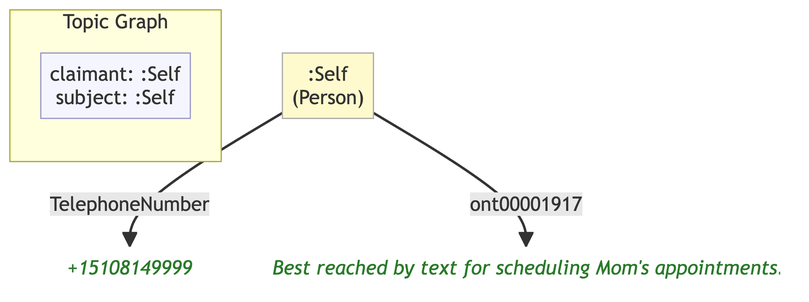
Above: example/graphs/images/graph-30.png in MeeFoundation/mia-ontologies (Mermaid), before the change. Its source is kept beside it as example/graphs/images/graph-30.mmd. Its diagram source:
```mermaid
flowchart TD
    classDef person fill:#fffacd,stroke:#aaa,color:#333
    classDef grp    fill:#d4edda,stroke:#aaa,color:#333
    classDef org    fill:#cce5ff,stroke:#aaa,color:#333
    classDef lit    fill:none,stroke:none,font-style:italic,color:#2a7a2a
    classDef meta   fill:#f5f5ff,stroke:#9999cc,color:#333

    subgraph ctx["Topic Graph"]
        direction LR
        ctx_meta["claimant: :Self\nsubject: :Self"]:::meta
    end

    ne0c3ba92f1db[":Self\n(Person)"]:::person
    n646bab2a6b25("+15108149999"):::lit
    n562fe752e71e("Best reached by text for scheduling Mom's appointments."):::lit

    ne0c3ba92f1db -->|"TelephoneNumber"| n646bab2a6b25
    ne0c3ba92f1db -->|"ont00001917"| n562fe752e71e
```
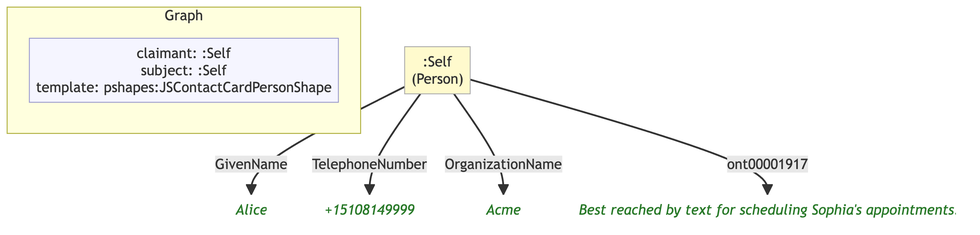
After the change.

The edit, as a diff of the source:
```diff
@@ -1,18 +1,21 @@
 flowchart TD
     classDef person fill:#fffacd,stroke:#aaa,color:#333
-    classDef grp    fill:#d4edda,stroke:#aaa,color:#333
     classDef org    fill:#cce5ff,stroke:#aaa,color:#333
     classDef lit    fill:none,stroke:none,font-style:italic,color:#2a7a2a
     classDef meta   fill:#f5f5ff,stroke:#9999cc,color:#333
 
-    subgraph ctx["Topic Graph"]
+    subgraph ctx["Graph"]
         direction LR
-        ctx_meta["claimant: :Self\nsubject: :Self"]:::meta
+        ctx_meta["claimant: :Self\nsubject: :Self\ntemplate: pshapes:JSContactCardPersonShape"]:::meta
     end
 
     ne0c3ba92f1db[":Self\n(Person)"]:::person
-    n646bab2a6b25("+15108149999"):::lit
-    n562fe752e71e("Best reached by text for scheduling Mom's appointments."):::lit
+    n44833b906db3("Alice"):::lit
+    nb39f5c12ed1d("+15108149999"):::lit
+    n8e2be5f40254("Acme"):::lit
+    n25177ec8fc7e("Best reached by text for scheduling Sophia's appointments."):::lit
 
-    ne0c3ba92f1db -->|"TelephoneNumber"| n646bab2a6b25
-    ne0c3ba92f1db -->|"ont00001917"| n562fe752e71e
+    ne0c3ba92f1db -->|"GivenName"| n44833b906db3
+    ne0c3ba92f1db -->|"TelephoneNumber"| nb39f5c12ed1d
+    ne0c3ba92f1db -->|"OrganizationName"| n8e2be5f40254
+    ne0c3ba92f1db -->|"ont00001917"| n25177ec8fc7e
```
